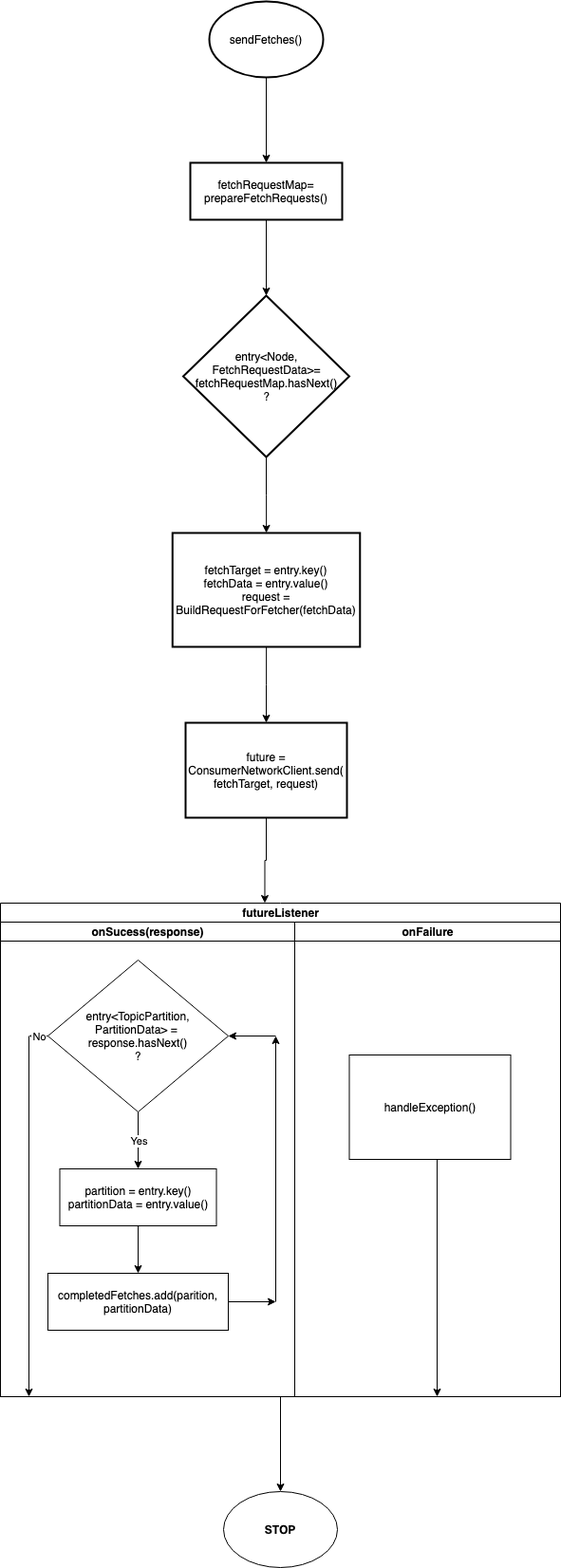
Above: Fetcher:sendFetches().png in arjunair86/KafkaFlowChart (draw.io), before the change. Source tidied: cells renumbered, new cells last; positions are measured from the earlier drawing's top-left corner, leaving out a move shared by most shapes.
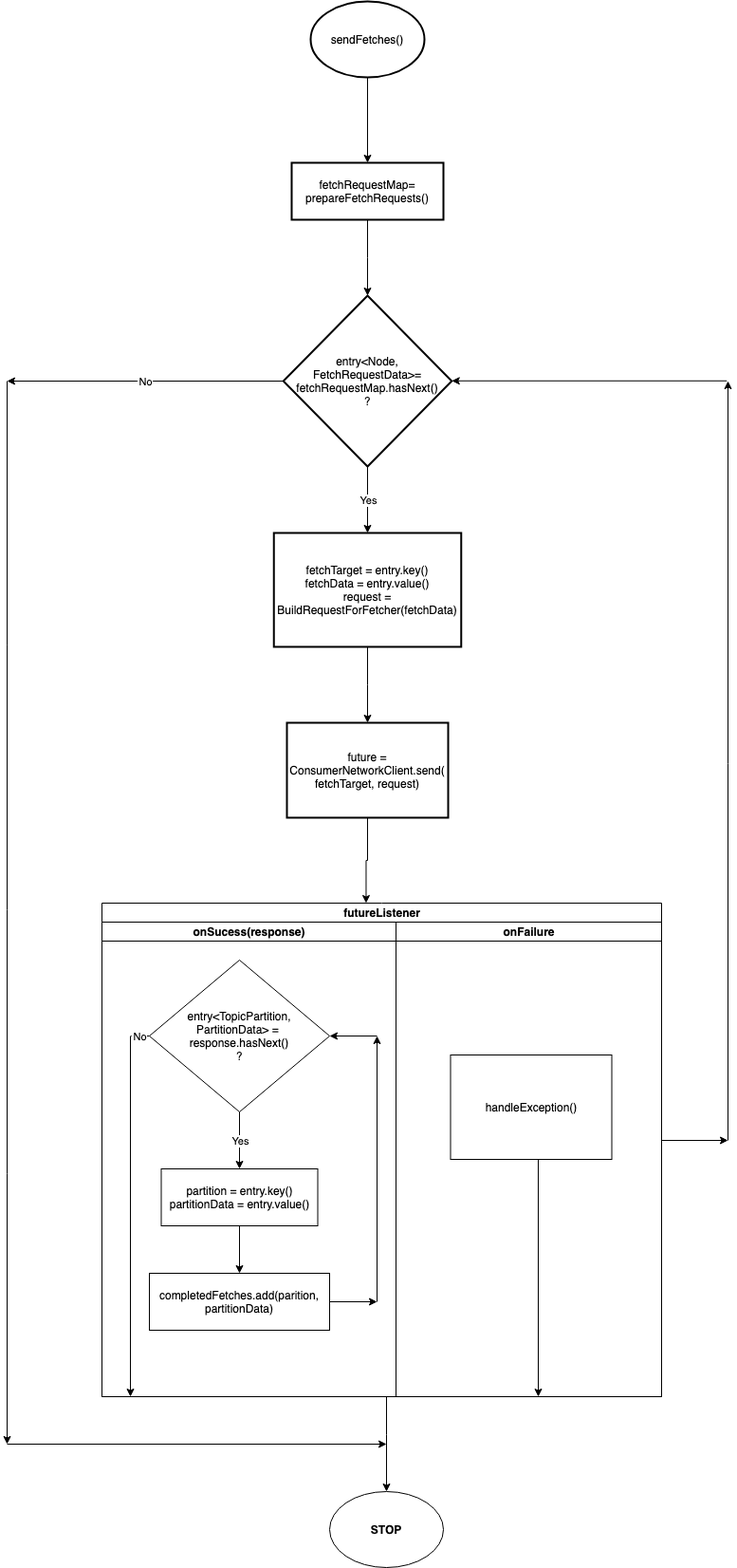
The same file after the commit.

Diff of the diagram source:
```diff
@@ -14,11 +14,8 @@
     <mxCell id="5" value="fetchRequestMap=&lt;br&gt;prepareFetchRequests()" style="whiteSpace=wrap;html=1;strokeWidth=2;" parent="1" vertex="1">
       <mxGeometry x="200" y="170" width="160" height="60" as="geometry" />
     </mxCell>
-    <mxCell id="6" style="edgeStyle=orthogonalEdgeStyle;rounded=0;jettySize=auto;html=1;" parent="1" edge="1" source="7" target="9">
-      <mxGeometry relative="1" as="geometry" />
-    </mxCell>
     <mxCell id="7" value="&lt;span&gt;entry&amp;lt;Node, FetchRequestData&amp;gt;=&lt;br&gt;fetchRequestMap.hasNext()&lt;br&gt;?&lt;br&gt;&lt;/span&gt;" style="rhombus;whiteSpace=wrap;html=1;strokeWidth=2;" parent="1" vertex="1">
-      <mxGeometry x="192.5" y="310" width="175" height="170" as="geometry" />
+      <mxGeometry x="191.2" y="310" width="177.5" height="180" as="geometry" />
     </mxCell>
     <mxCell id="8" style="edgeStyle=orthogonalEdgeStyle;rounded=0;jettySize=auto;html=1;" parent="1" edge="1" source="9" target="11">
       <mxGeometry relative="1" as="geometry" />
@@ -33,7 +30,12 @@
       <mxGeometry x="195" y="760" width="170" height="100" as="geometry" />
     </mxCell>
     <mxCell id="12" style="edgeStyle=orthogonalEdgeStyle;rounded=0;jettySize=auto;html=1;" parent="1" edge="1" source="13" target="30">
-      <mxGeometry relative="1" as="geometry" />
+      <mxGeometry relative="1" as="geometry">
+        <Array as="points">
+          <mxPoint x="300" y="1510" />
+          <mxPoint x="300" y="1510" />
+        </Array>
+      </mxGeometry>
     </mxCell>
     <mxCell id="13" value="futureListener" style="swimlane;html=1;startSize=20;" parent="1" vertex="1">
       <mxGeometry y="950" width="590" height="520" as="geometry" />
@@ -101,7 +103,51 @@
       </mxGeometry>
     </mxCell>
     <mxCell id="30" value="STOP" style="ellipse;whiteSpace=wrap;html=1;fontStyle=1;startSize=20;" parent="1" vertex="1">
-      <mxGeometry x="235" y="1570" width="120" height="80" as="geometry" />
+      <mxGeometry x="240" y="1570" width="120" height="80" as="geometry" />
     </mxCell>
+    <mxCell id="31" style="endArrow=classic;html=1;" parent="1" edge="1">
+      <mxGeometry relative="1" as="geometry">
+        <mxPoint x="590" y="1200" as="sourcePoint" />
+        <mxPoint x="660" y="1200" as="targetPoint" />
+      </mxGeometry>
+    </mxCell>
+    <mxCell id="32" style="endArrow=classic;html=1;" parent="1" edge="1">
+      <mxGeometry relative="1" as="geometry">
+        <mxPoint x="660" y="1200" as="sourcePoint" />
+        <mxPoint x="660" y="400" as="targetPoint" />
+      </mxGeometry>
+    </mxCell>
+    <mxCell id="33" style="endArrow=classic;html=1;" parent="1" edge="1">
+      <mxGeometry relative="1" as="geometry">
+        <mxPoint x="658.8" y="399.8" as="sourcePoint" />
+        <mxPoint x="368.8" y="399.8" as="targetPoint" />
+      </mxGeometry>
+    </mxCell>
+    <mxCell id="6" style="endArrow=classic;html=1;exitX=0.5;exitY=1;exitDx=0;exitDy=0;entryX=0.5;entryY=0;entryDx=0;entryDy=0;" parent="1" edge="1" source="7" target="9">
+      <mxGeometry relative="1" as="geometry" />
+    </mxCell>
+    <mxCell id="34" value="Yes" style="edgeLabel;html=1;align=center;verticalAlign=middle;" parent="6" vertex="1">
+      <mxGeometry relative="1" as="geometry" />
+    </mxCell>
+    <mxCell id="35" value="No" style="endArrow=classic;html=1;exitX=0;exitY=0.5;exitDx=0;exitDy=0;" parent="1" edge="1" source="7">
+      <mxGeometry relative="1" as="geometry">
+        <mxPoint x="-100" y="400" as="targetPoint" />
+      </mxGeometry>
+    </mxCell>
+    <mxCell id="36" value="No" style="edgeLabel;html=1;align=center;verticalAlign=middle;" parent="35" vertex="1">
+      <mxGeometry relative="1" as="geometry" />
+    </mxCell>
+    <mxCell id="37" style="endArrow=classic;html=1;" parent="1" edge="1">
+      <mxGeometry relative="1" as="geometry">
+        <mxPoint x="-100" y="400" as="sourcePoint" />
+        <mxPoint x="-100" y="1520" as="targetPoint" />
+      </mxGeometry>
+    </mxCell>
+    <mxCell id="38" style="endArrow=classic;html=1;" parent="1" edge="1">
+      <mxGeometry relative="1" as="geometry">
+        <mxPoint x="-100" y="1520" as="sourcePoint" />
+        <mxPoint x="300" y="1520" as="targetPoint" />
+      </mxGeometry>
+    </mxCell>
   </root>
 </mxGraphModel>
```
